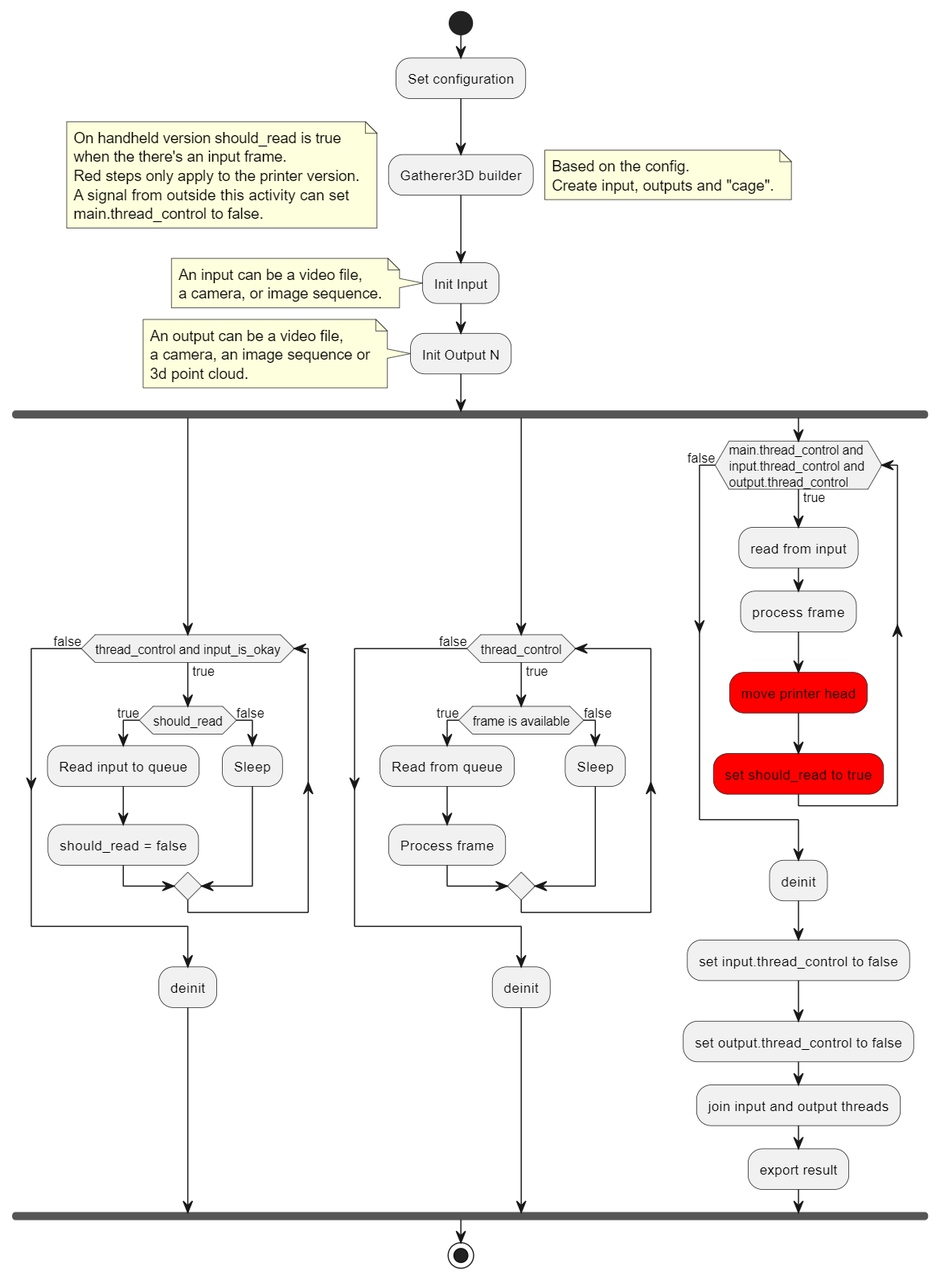
Before: docs/architecture/exports/4-flowchart.png, a diagram exported from PlantUML (kArmadi110/Gatherer3Dv2). Its source is kept beside it as docs/architecture/4-flowchart.puml. Its diagram source:
```plantuml
@startuml
start

:Set configuration;

:Gatherer3D builder;
note right
    Based on the config.
    Create input, outputs and "cage".
end note
note left
    On handheld version should_read is true
    when the there's an input frame.
    Red steps only apply to the printer version.
    A signal from outside this activity can set
    main.thread_control to false.
end note

:Init Input;
note left
    An input can be a video file,
    a camera, or image sequence.
end note

:Init Output N;
note left
    An output can be a video file,
    a camera, an image sequence or
    3d point cloud.
end note

fork
    while (thread_control and input_is_okay) is (true)
        if (should_read) then (true)
            :Read input to queue;
            :should_read = false;
        else (false)
            :Sleep;
        endif
    endwhile (false)
    :deinit;
fork again
    while (thread_control) is (true)
        if (frame is available) then (true)
            :Read from queue;
            :Process frame;
        else (false)
            :Sleep;
        endif
    endwhile (false)
    :deinit;
fork again
    while (main.thread_control and \ninput.thread_control and \noutput.thread_control) is (true)
        :read from input;
        :process frame;
        #red:move printer head;
        #red:set should_read to true;
    endwhile (false)
    :deinit;
    :set input.thread_control to false;
    :set output.thread_control to false;
    :join input and output threads;
    :export result;
end fork

stop
@enduml
```
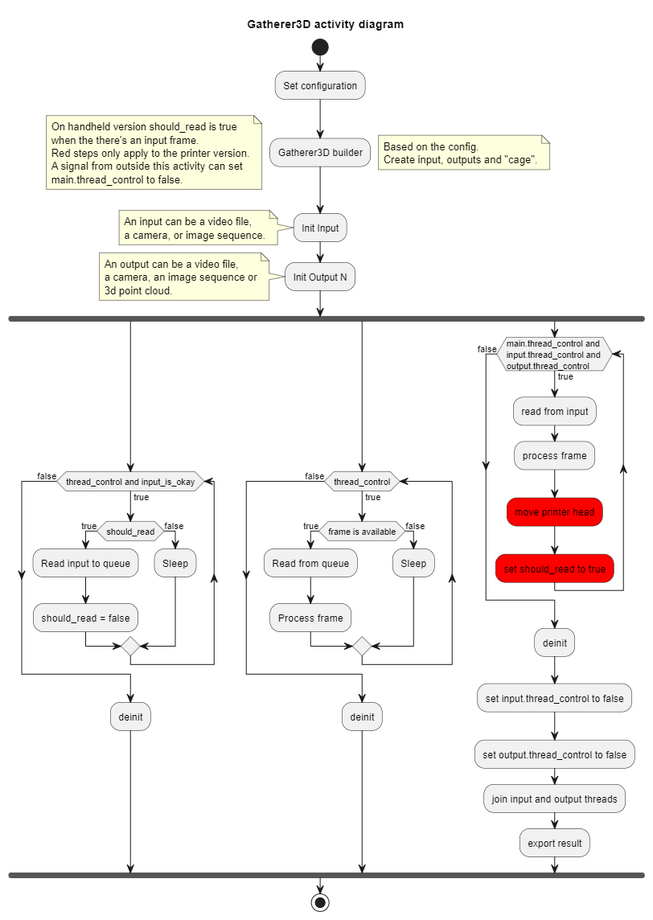
Later version of the same file.

Diff of the diagram source:
```diff
@@ -1,5 +1,6 @@
-@startuml
+@startuml Gatherer3D activity diagram
 start
+title **Gatherer3D activity diagram**
 
 :Set configuration;
 
```
